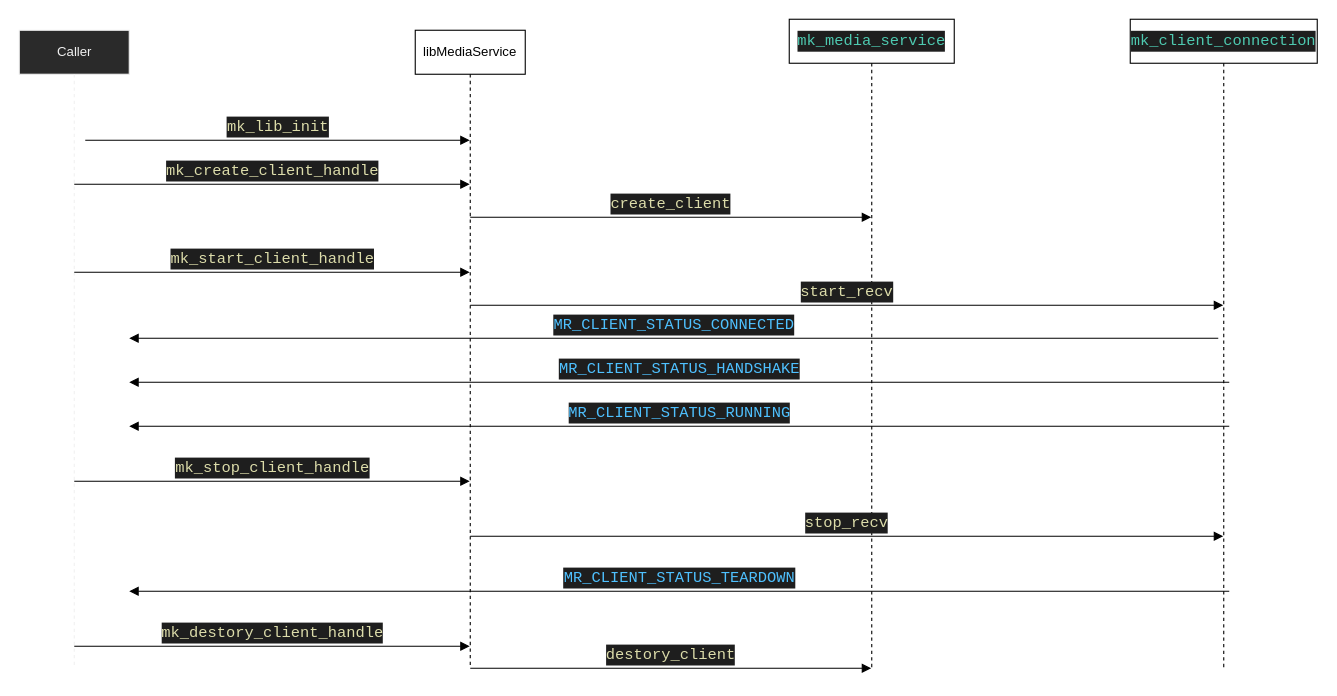
The draw.io diagram page "0.1main" (1 of 2) of doc/MediaService.drawio in H-kernel/libMediaService, before the edit. Source tidied: cells renumbered, new cells numbered last; positions are measured from the earlier drawing's top-left corner, leaving out a move shared by most shapes. Both pictures are drawn from the tidied source at 110%, with x=0, y=0 at pixel (19, 19).
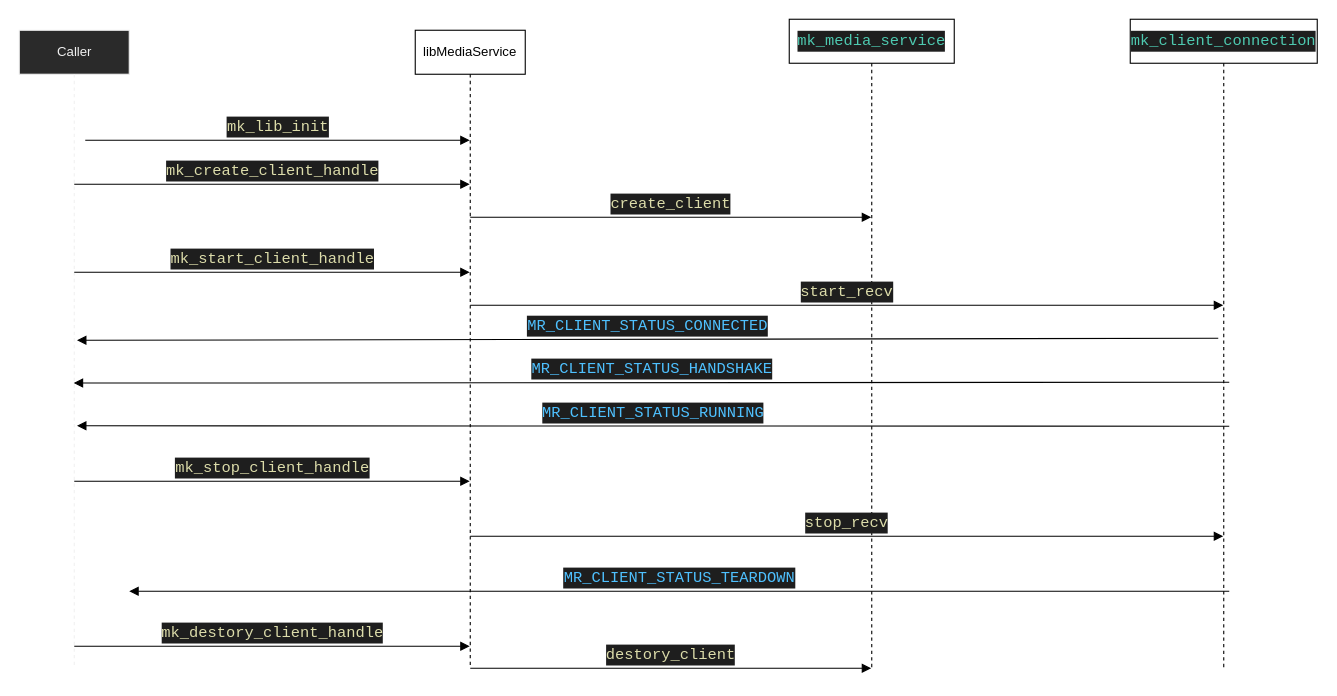
The same page after the edit.

Unchanged cells that the change refers to:
```xml
<mxCell id="2" value="Caller" style="html=1;points=[];perimeter=orthogonalPerimeter;shape=umlLifeline;participant=label;fontFamily=Helvetica;fontSize=12;fontColor=#f0f0f0;align=center;strokeColor=#f0f0f0;fillColor=#2a2a2a;" parent="1" vertex="1">
  <mxGeometry y="10" width="100" height="580" as="geometry" />
</mxCell>
<mxCell id="9" value="&lt;div style=&quot;color: rgb(212 , 212 , 212) ; background-color: rgb(30 , 30 , 30) ; font-family: &amp;#34;droid sans mono&amp;#34; , monospace , monospace , &amp;#34;droid sans fallback&amp;#34; ; font-size: 14px ; line-height: 19px&quot;&gt;&lt;span style=&quot;color: #4ec9b0&quot;&gt;mk_client_connection&lt;/span&gt;&lt;/div&gt;" style="shape=umlLifeline;perimeter=lifelinePerimeter;whiteSpace=wrap;html=1;outlineConnect=0;" parent="1" vertex="1">
  <mxGeometry x="1010" width="170" height="590" as="geometry" />
</mxCell>
```

Change to the diagram source:
```diff
@@
-    <mxCell id="10" value="&lt;div style=&quot;color: rgb(212 , 212 , 212) ; background-color: rgb(30 , 30 , 30) ; font-family: &amp;#34;droid sans mono&amp;#34; , monospace , monospace , &amp;#34;droid sans fallback&amp;#34; ; font-size: 14px ; line-height: 19px&quot;&gt;&lt;span style=&quot;color: #4fc1ff&quot;&gt;MR_CLIENT_STATUS_CONNECTED&lt;/span&gt;&lt;/div&gt;" style="html=1;verticalAlign=bottom;endArrow=block;" parent="9" edge="1" target="2">
+    <mxCell id="10" value="&lt;div style=&quot;color: rgb(212 , 212 , 212) ; background-color: rgb(30 , 30 , 30) ; font-family: &amp;#34;droid sans mono&amp;#34; , monospace , monospace , &amp;#34;droid sans fallback&amp;#34; ; font-size: 14px ; line-height: 19px&quot;&gt;&lt;span style=&quot;color: #4fc1ff&quot;&gt;MR_CLIENT_STATUS_CONNECTED&lt;/span&gt;&lt;/div&gt;" style="html=1;verticalAlign=bottom;endArrow=block;entryX=0.525;entryY=0.486;entryDx=0;entryDy=0;entryPerimeter=0;" parent="9" edge="1" target="2">
       <mxGeometry relative="1" as="geometry">
         <mxPoint x="80" y="290" as="sourcePoint" />
       </mxGeometry>
     </mxCell>
-    <mxCell id="11" value="&lt;div style=&quot;color: rgb(212 , 212 , 212) ; background-color: rgb(30 , 30 , 30) ; font-family: &amp;#34;droid sans mono&amp;#34; , monospace , monospace , &amp;#34;droid sans fallback&amp;#34; ; font-size: 14px ; line-height: 19px&quot;&gt;&lt;span style=&quot;color: #4fc1ff&quot;&gt;MR_CLIENT_STATUS_HANDSHAKE&lt;/span&gt;&lt;/div&gt;" style="html=1;verticalAlign=bottom;endArrow=block;" parent="9" edge="1" target="2">
+    <mxCell id="11" value="&lt;div style=&quot;color: rgb(212 , 212 , 212) ; background-color: rgb(30 , 30 , 30) ; font-family: &amp;#34;droid sans mono&amp;#34; , monospace , monospace , &amp;#34;droid sans fallback&amp;#34; ; font-size: 14px ; line-height: 19px&quot;&gt;&lt;span style=&quot;color: #4fc1ff&quot;&gt;MR_CLIENT_STATUS_HANDSHAKE&lt;/span&gt;&lt;/div&gt;" style="html=1;verticalAlign=bottom;endArrow=block;entryX=0.495;entryY=0.553;entryDx=0;entryDy=0;entryPerimeter=0;" parent="9" edge="1" target="2">
       <mxGeometry relative="1" as="geometry">
         <mxPoint x="90" y="330" as="sourcePoint" />
       </mxGeometry>
     </mxCell>
-    <mxCell id="12" value="&lt;div style=&quot;color: rgb(212 , 212 , 212) ; background-color: rgb(30 , 30 , 30) ; font-family: &amp;#34;droid sans mono&amp;#34; , monospace , monospace , &amp;#34;droid sans fallback&amp;#34; ; font-size: 14px ; line-height: 19px&quot;&gt;&lt;span style=&quot;color: #4fc1ff&quot;&gt;MR_CLIENT_STATUS_RUNNING&lt;/span&gt;&lt;/div&gt;" style="html=1;verticalAlign=bottom;endArrow=block;" parent="9" edge="1" target="2">
+    <mxCell id="12" value="&lt;div style=&quot;color: rgb(212 , 212 , 212) ; background-color: rgb(30 , 30 , 30) ; font-family: &amp;#34;droid sans mono&amp;#34; , monospace , monospace , &amp;#34;droid sans fallback&amp;#34; ; font-size: 14px ; line-height: 19px&quot;&gt;&lt;span style=&quot;color: #4fc1ff&quot;&gt;MR_CLIENT_STATUS_RUNNING&lt;/span&gt;&lt;/div&gt;" style="html=1;verticalAlign=bottom;endArrow=block;entryX=0.525;entryY=0.62;entryDx=0;entryDy=0;entryPerimeter=0;" parent="9" edge="1" target="2">
       <mxGeometry relative="1" as="geometry">
         <mxPoint x="90" y="370" as="sourcePoint" />
       </mxGeometry>
     </mxCell>
```
